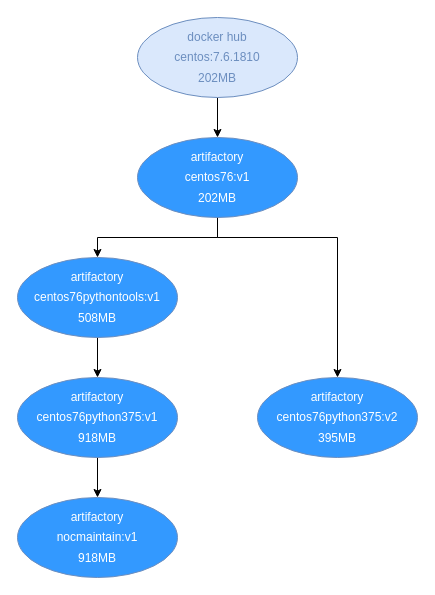
zhangjiongcn/drawio keeps this draw.io diagram as pythonk8s.drawio. Above is the earlier version. Source tidied: cells renumbered, new cells numbered last; positions are measured from the earlier drawing's top-left corner, leaving out a move shared by most shapes. Both pictures are drawn from the tidied source at 100%, with x=0, y=0 at pixel (17, 17).
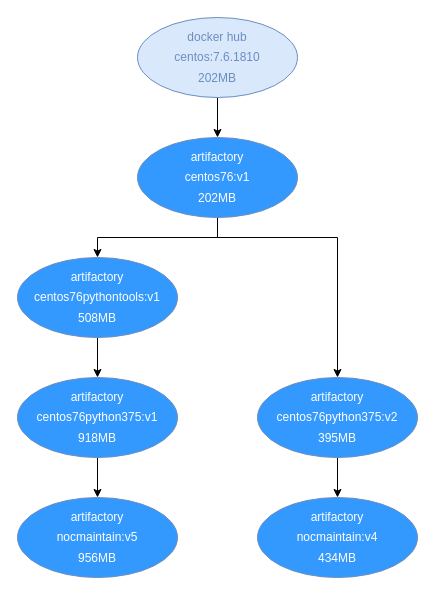
Above is the later version.

Diff of the diagram source:
```diff
@@
 <mxGraphModel>
   <root>
     <mxCell id="0" />
     <mxCell id="1" parent="0" />
     <mxCell id="2" style="edgeStyle=orthogonalEdgeStyle;rounded=0;jettySize=auto;html=1;entryX=0.5;entryY=0;entryDx=0;entryDy=0;" parent="1" edge="1" source="3" target="6">
       <mxGeometry relative="1" as="geometry" />
     </mxCell>
     <mxCell id="3" value="&lt;font style=&quot;line-height: 170%&quot;&gt;&lt;font color=&quot;#6c8ebf&quot;&gt;docker hub&lt;br&gt;centos:7.6.1810&lt;br&gt;202MB&lt;/font&gt;&lt;br&gt;&lt;/font&gt;" style="ellipse;whiteSpace=wrap;html=1;fillColor=#dae8fc;strokeColor=#6c8ebf;" parent="1" vertex="1">
       <mxGeometry x="120" width="160" height="80" as="geometry" />
     </mxCell>
     <mxCell id="4" style="edgeStyle=orthogonalEdgeStyle;rounded=0;jettySize=auto;html=1;entryX=0.5;entryY=0;entryDx=0;entryDy=0;" parent="1" edge="1" source="6" target="8">
       <mxGeometry relative="1" as="geometry" />
     </mxCell>
     <mxCell id="5" style="edgeStyle=orthogonalEdgeStyle;rounded=0;jettySize=auto;html=1;entryX=0.5;entryY=0;entryDx=0;entryDy=0;" parent="1" edge="1" source="6" target="12">
       <mxGeometry relative="1" as="geometry">
         <Array as="points">
           <mxPoint x="200" y="220" />
           <mxPoint x="320" y="220" />
         </Array>
       </mxGeometry>
     </mxCell>
     <mxCell id="6" value="&lt;font color=&quot;#ffffff&quot; style=&quot;line-height: 170%&quot;&gt;artifactory&lt;br&gt;centos76:v1&lt;br&gt;202MB&lt;br&gt;&lt;/font&gt;" style="ellipse;whiteSpace=wrap;html=1;fillColor=#3399FF;strokeColor=#6c8ebf;" parent="1" vertex="1">
       <mxGeometry x="120" y="120" width="160" height="80" as="geometry" />
     </mxCell>
     <mxCell id="7" style="edgeStyle=orthogonalEdgeStyle;rounded=0;jettySize=auto;html=1;entryX=0.5;entryY=0;entryDx=0;entryDy=0;" parent="1" edge="1" source="8" target="10">
       <mxGeometry relative="1" as="geometry" />
     </mxCell>
     <mxCell id="8" value="&lt;font color=&quot;#ffffff&quot; style=&quot;line-height: 170%&quot;&gt;artifactory&lt;br&gt;centos76pythontools:v1&lt;br&gt;508MB&lt;br&gt;&lt;/font&gt;" style="ellipse;whiteSpace=wrap;html=1;fillColor=#3399FF;strokeColor=#6c8ebf;" parent="1" vertex="1">
       <mxGeometry y="240" width="160" height="80" as="geometry" />
     </mxCell>
     <mxCell id="9" style="edgeStyle=orthogonalEdgeStyle;rounded=0;jettySize=auto;html=1;entryX=0.5;entryY=0;entryDx=0;entryDy=0;" parent="1" edge="1" source="10" target="11">
       <mxGeometry relative="1" as="geometry" />
     </mxCell>
     <mxCell id="10" value="&lt;font color=&quot;#ffffff&quot; style=&quot;line-height: 170%&quot;&gt;artifactory&lt;br&gt;centos76python375:v1&lt;br&gt;918MB&lt;br&gt;&lt;/font&gt;" style="ellipse;whiteSpace=wrap;html=1;fillColor=#3399FF;strokeColor=#6c8ebf;" parent="1" vertex="1">
       <mxGeometry y="360" width="160" height="80" as="geometry" />
     </mxCell>
-    <mxCell id="11" value="&lt;font color=&quot;#ffffff&quot; style=&quot;line-height: 170%&quot;&gt;artifactory&lt;br&gt;nocmaintain:v1&lt;br&gt;918MB&lt;br&gt;&lt;/font&gt;" style="ellipse;whiteSpace=wrap;html=1;fillColor=#3399FF;strokeColor=#6c8ebf;" parent="1" vertex="1">
+    <mxCell id="11" value="&lt;font color=&quot;#ffffff&quot; style=&quot;line-height: 170%&quot;&gt;artifactory&lt;br&gt;nocmaintain:v5&lt;br&gt;956MB&lt;br&gt;&lt;/font&gt;" style="ellipse;whiteSpace=wrap;html=1;fillColor=#3399FF;strokeColor=#6c8ebf;" parent="1" vertex="1">
       <mxGeometry y="480" width="160" height="80" as="geometry" />
     </mxCell>
+    <mxCell id="13" style="edgeStyle=orthogonalEdgeStyle;rounded=0;jettySize=auto;html=1;entryX=0.5;entryY=0;entryDx=0;entryDy=0;" parent="1" edge="1" source="12" target="14">
+      <mxGeometry relative="1" as="geometry" />
+    </mxCell>
     <mxCell id="12" value="&lt;font color=&quot;#ffffff&quot; style=&quot;line-height: 170%&quot;&gt;artifactory&lt;br&gt;centos76python375:v2&lt;br&gt;395MB&lt;br&gt;&lt;/font&gt;" style="ellipse;whiteSpace=wrap;html=1;fillColor=#3399FF;strokeColor=#6c8ebf;" parent="1" vertex="1">
       <mxGeometry x="240" y="360" width="160" height="80" as="geometry" />
     </mxCell>
+    <mxCell id="14" value="&lt;font color=&quot;#ffffff&quot; style=&quot;line-height: 170%&quot;&gt;artifactory&lt;br&gt;nocmaintain:v4&lt;br&gt;434MB&lt;br&gt;&lt;/font&gt;" style="ellipse;whiteSpace=wrap;html=1;fillColor=#3399FF;strokeColor=#6c8ebf;" parent="1" vertex="1">
+      <mxGeometry x="240" y="480" width="160" height="80" as="geometry" />
+    </mxCell>
   </root>
 </mxGraphModel>
```
